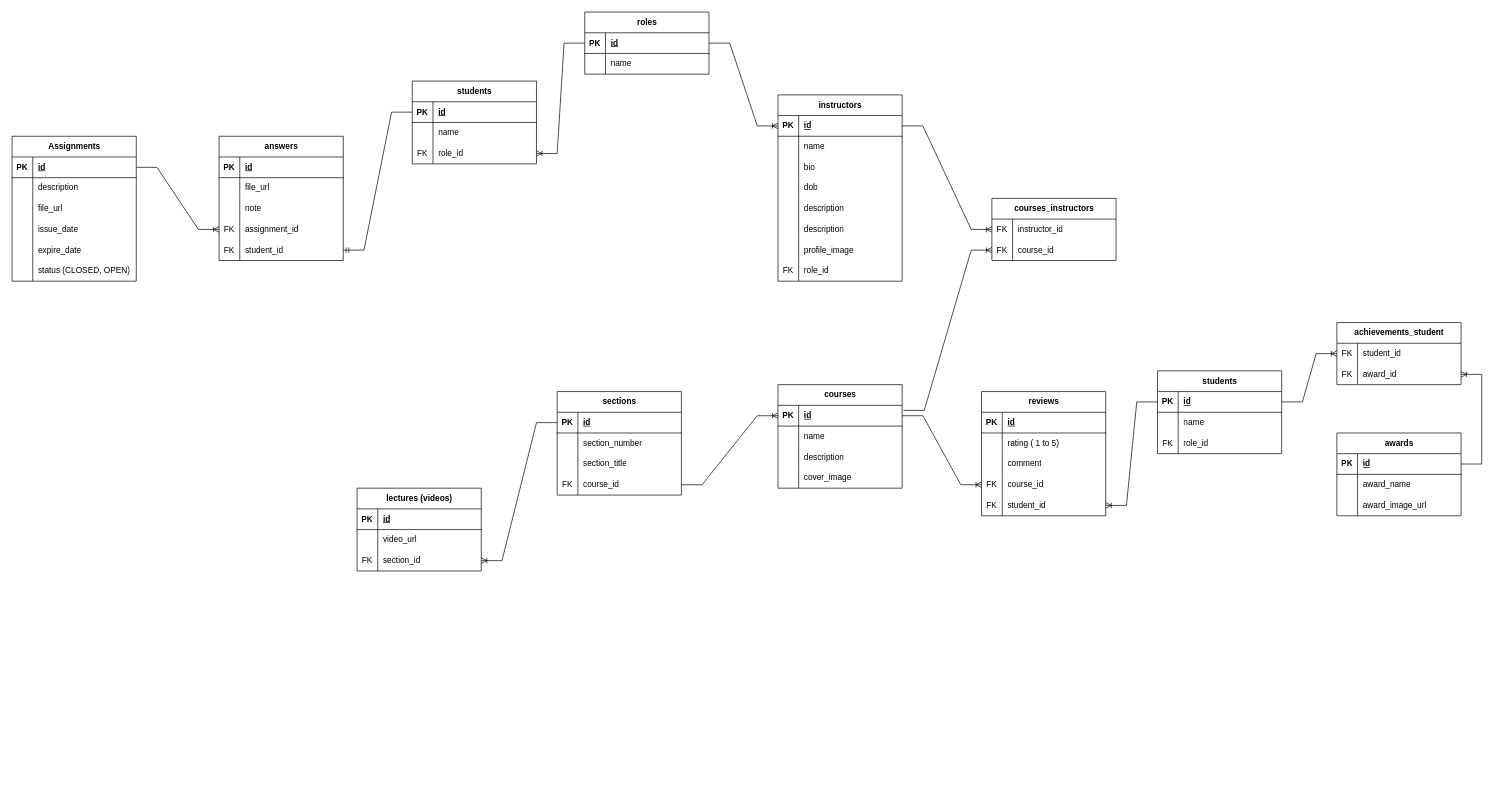
Before: page "Database" (1 of 2) of design/erd/LMS_ERD.drawio in cvnxsolution/database-project-webapp, a draw.io diagram. Source tidied: cells renumbered, new cells numbered last; positions are measured from the earlier drawing's top-left corner, leaving out a move shared by most shapes. Both pictures are drawn from the tidied source at 69%, with x=0, y=0 at pixel (12, 12).
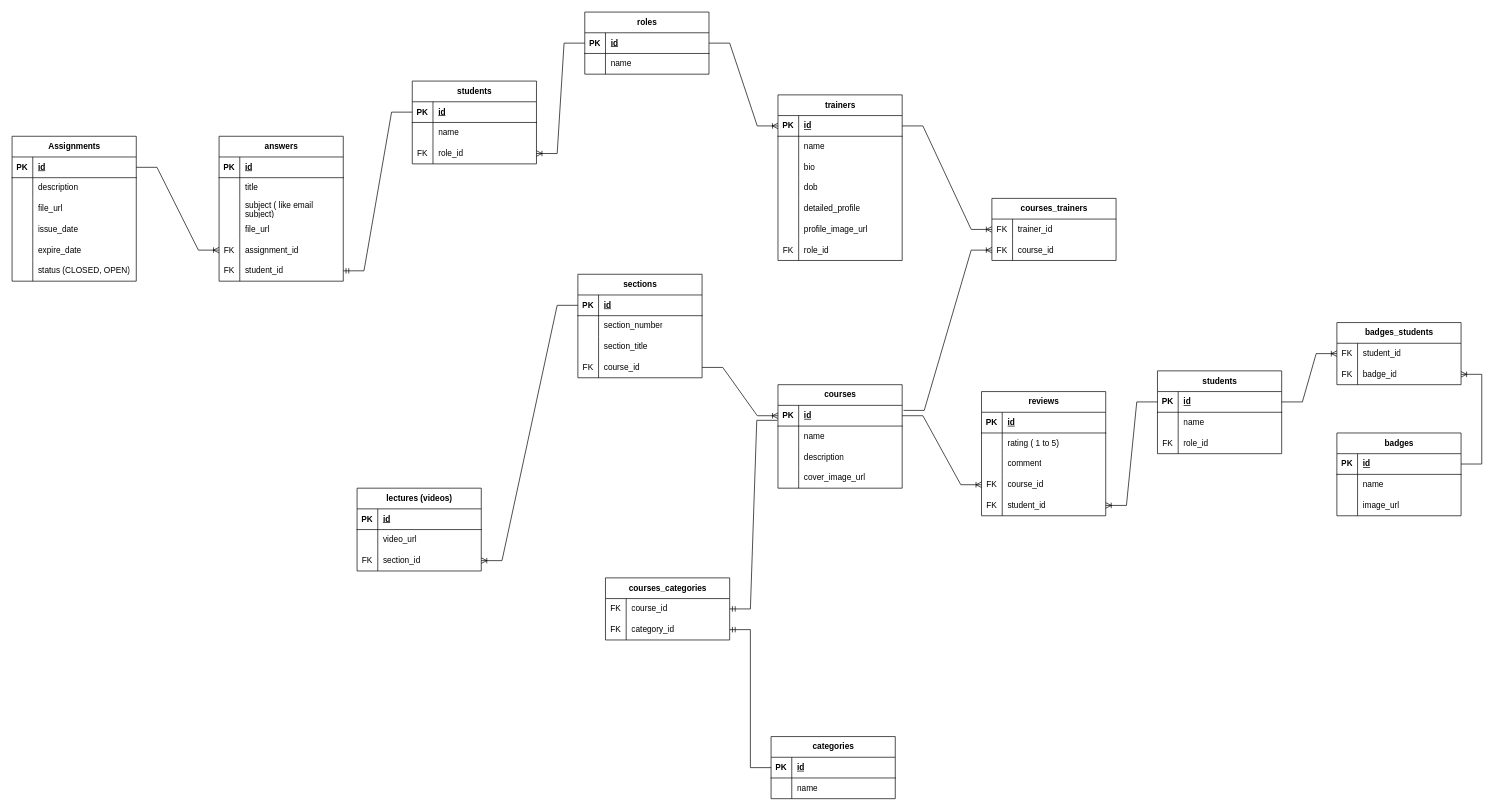
The same page after the edit.

The change refers to these unchanged cells:
```xml
<mxCell id="3" style="shape=tableRow;horizontal=0;startSize=0;swimlaneHead=0;swimlaneBody=0;fillColor=none;points=[[0,0.5],[1,0.5]];portConstraint=eastwest;top=0;left=0;right=0;bottom=1;" parent="2" vertex="1">
  <mxGeometry y="30" width="180" height="30" as="geometry" />
</mxCell>
<mxCell id="12" style="shape=tableRow;horizontal=0;startSize=0;swimlaneHead=0;swimlaneBody=0;fillColor=none;top=0;left=0;right=0;bottom=0;" parent="2" vertex="1">
  <mxGeometry y="120" width="180" height="30" as="geometry" />
</mxCell>
<mxCell id="28" style="shape=tableRow;horizontal=0;startSize=0;swimlaneHead=0;swimlaneBody=0;fillColor=none;top=0;left=0;right=0;bottom=0;" parent="15" vertex="1">
  <mxGeometry y="150" width="180" height="30" as="geometry" />
</mxCell>
<mxCell id="101" style="shape=tableRow;horizontal=0;startSize=0;swimlaneHead=0;swimlaneBody=0;fillColor=none;points=[[0,0.5],[1,0.5]];portConstraint=eastwest;top=0;left=0;right=0;bottom=0;" parent="100" vertex="1">
  <mxGeometry y="30" width="180" height="30" as="geometry" />
</mxCell>
<mxCell id="112" style="shape=tableRow;horizontal=0;startSize=0;swimlaneHead=0;swimlaneBody=0;fillColor=none;top=0;left=0;right=0;bottom=0;" parent="108" vertex="1">
  <mxGeometry y="60" width="180" height="30" as="geometry" />
</mxCell>
<mxCell id="115" style="shape=tableRow;horizontal=0;startSize=0;swimlaneHead=0;swimlaneBody=0;fillColor=none;top=0;left=0;right=0;bottom=0;" parent="108" vertex="1">
  <mxGeometry y="90" width="180" height="30" as="geometry" />
</mxCell>
<mxCell id="122" style="shape=tableRow;horizontal=0;startSize=0;swimlaneHead=0;swimlaneBody=0;fillColor=none;points=[[0,0.5],[1,0.5]];portConstraint=eastwest;top=0;left=0;right=0;bottom=0;" parent="118" vertex="1">
  <mxGeometry y="60" width="180" height="30" as="geometry" />
</mxCell>
```

Diff of the diagram source:
```diff
@@
-    <mxCell id="14" value="cover_image" style="shape=partialRectangle;fillColor=none;top=0;left=0;bottom=0;right=0;align=left;spacingLeft=6;overflow=hidden;whiteSpace=wrap;html=1;" parent="12" vertex="1">
+    <mxCell id="14" value="cover_image_url" style="shape=partialRectangle;fillColor=none;top=0;left=0;bottom=0;right=0;align=left;spacingLeft=6;overflow=hidden;whiteSpace=wrap;html=1;" parent="12" vertex="1">
       <mxGeometry x="30" width="150" height="30" as="geometry" />
     </mxCell>
-    <mxCell id="15" value="instructors" style="shape=table;startSize=30;childLayout=tableLayout;rowLines=0;fontStyle=1;align=center;html=1;" parent="1" vertex="1">
-      <mxGeometry x="1110" y="120" width="180" height="270" as="geometry" />
+    <mxCell id="15" value="trainers" style="shape=table;startSize=30;childLayout=tableLayout;rowLines=0;fontStyle=1;align=center;html=1;" parent="1" vertex="1">
+      <mxGeometry x="1110" y="120" width="180" height="240" as="geometry" />
     </mxCell>
@@
-    <mxCell id="30" value="description" style="shape=partialRectangle;fillColor=none;top=0;left=0;bottom=0;right=0;align=left;spacingLeft=6;overflow=hidden;whiteSpace=wrap;html=1;" parent="28" vertex="1">
+    <mxCell id="30" value="detailed_profile" style="shape=partialRectangle;fillColor=none;top=0;left=0;bottom=0;right=0;align=left;spacingLeft=6;overflow=hidden;whiteSpace=wrap;html=1;" parent="28" vertex="1">
       <mxGeometry x="30" width="150" height="30" as="geometry" />
     </mxCell>
-    <mxCell id="31" style="shape=tableRow;horizontal=0;startSize=0;swimlaneHead=0;swimlaneBody=0;fillColor=none;top=0;left=0;right=0;bottom=0;" parent="15" vertex="1">
-      <mxGeometry y="180" width="180" height="30" as="geometry" />
-    </mxCell>
-    <mxCell id="32" style="shape=partialRectangle;fillColor=none;top=0;left=0;bottom=0;right=0;overflow=hidden;whiteSpace=wrap;html=1;" parent="31" vertex="1">
-      <mxGeometry width="30" height="30" as="geometry" />
-    </mxCell>
-    <mxCell id="33" value="description" style="shape=partialRectangle;fillColor=none;top=0;left=0;bottom=0;right=0;align=left;spacingLeft=6;overflow=hidden;whiteSpace=wrap;html=1;" parent="31" vertex="1">
-      <mxGeometry x="30" width="150" height="30" as="geometry" />
-    </mxCell>
     <mxCell id="34" style="shape=tableRow;horizontal=0;startSize=0;swimlaneHead=0;swimlaneBody=0;fillColor=none;top=0;left=0;right=0;bottom=0;" parent="15" vertex="1">
-      <mxGeometry y="210" width="180" height="30" as="geometry" />
+      <mxGeometry y="180" width="180" height="30" as="geometry" />
     </mxCell>
@@
-    <mxCell id="36" value="profile_image" style="shape=partialRectangle;fillColor=none;top=0;left=0;bottom=0;right=0;align=left;spacingLeft=6;overflow=hidden;whiteSpace=wrap;html=1;" parent="34" vertex="1">
+    <mxCell id="36" value="profile_image_url" style="shape=partialRectangle;fillColor=none;top=0;left=0;bottom=0;right=0;align=left;spacingLeft=6;overflow=hidden;whiteSpace=wrap;html=1;" parent="34" vertex="1">
       <mxGeometry x="30" width="150" height="30" as="geometry" />
     </mxCell>
     <mxCell id="37" style="shape=tableRow;horizontal=0;startSize=0;swimlaneHead=0;swimlaneBody=0;fillColor=none;top=0;left=0;right=0;bottom=0;" parent="15" vertex="1">
-      <mxGeometry y="240" width="180" height="30" as="geometry" />
+      <mxGeometry y="210" width="180" height="30" as="geometry" />
     </mxCell>
@@
     <mxCell id="40" value="sections" style="shape=table;startSize=30;childLayout=tableLayout;rowLines=0;fontStyle=1;align=center;html=1;" parent="1" vertex="1">
-      <mxGeometry x="790" y="550" width="180" height="150" as="geometry" />
+      <mxGeometry x="820" y="380" width="180" height="150" as="geometry" />
     </mxCell>
@@
-    <mxCell id="100" value="courses_instructors" style="shape=table;startSize=30;childLayout=tableLayout;rowLines=0;fontStyle=1;align=center;html=1;" parent="1" vertex="1">
+    <mxCell id="100" value="courses_trainers" style="shape=table;startSize=30;childLayout=tableLayout;rowLines=0;fontStyle=1;align=center;html=1;" parent="1" vertex="1">
       <mxGeometry x="1420" y="270" width="180" height="90" as="geometry" />
     </mxCell>
@@
-    <mxCell id="103" value="instructor_id" style="shape=partialRectangle;fillColor=none;top=0;left=0;bottom=0;right=0;align=left;spacingLeft=6;overflow=hidden;whiteSpace=wrap;html=1;" parent="101" vertex="1">
+    <mxCell id="103" value="trainer_id" style="shape=partialRectangle;fillColor=none;top=0;left=0;bottom=0;right=0;align=left;spacingLeft=6;overflow=hidden;whiteSpace=wrap;html=1;" parent="101" vertex="1">
       <mxGeometry x="30" width="150" height="30" as="geometry" />
     </mxCell>
@@
-    <mxCell id="108" value="awards" style="shape=table;startSize=30;childLayout=tableLayout;rowLines=0;fontStyle=1;align=center;html=1;" parent="1" vertex="1">
+    <mxCell id="108" value="badges" style="shape=table;startSize=30;childLayout=tableLayout;rowLines=0;fontStyle=1;align=center;html=1;" parent="1" vertex="1">
       <mxGeometry x="1920" y="610" width="180" height="120" as="geometry" />
     </mxCell>
@@
-    <mxCell id="114" value="award_name" style="shape=partialRectangle;fillColor=none;top=0;left=0;bottom=0;right=0;align=left;spacingLeft=6;overflow=hidden;whiteSpace=wrap;html=1;" parent="112" vertex="1">
+    <mxCell id="114" value="name" style="shape=partialRectangle;fillColor=none;top=0;left=0;bottom=0;right=0;align=left;spacingLeft=6;overflow=hidden;whiteSpace=wrap;html=1;" parent="112" vertex="1">
       <mxGeometry x="30" width="150" height="30" as="geometry" />
     </mxCell>
@@
-    <mxCell id="117" value="award_image_url" style="shape=partialRectangle;fillColor=none;top=0;left=0;bottom=0;right=0;align=left;spacingLeft=6;overflow=hidden;whiteSpace=wrap;html=1;" parent="115" vertex="1">
+    <mxCell id="117" value="image_url" style="shape=partialRectangle;fillColor=none;top=0;left=0;bottom=0;right=0;align=left;spacingLeft=6;overflow=hidden;whiteSpace=wrap;html=1;" parent="115" vertex="1">
       <mxGeometry x="30" width="150" height="30" as="geometry" />
     </mxCell>
-    <mxCell id="118" value="achievements_student" style="shape=table;startSize=30;childLayout=tableLayout;rowLines=0;fontStyle=1;align=center;html=1;" parent="1" vertex="1">
+    <mxCell id="118" value="badges_students" style="shape=table;startSize=30;childLayout=tableLayout;rowLines=0;fontStyle=1;align=center;html=1;" parent="1" vertex="1">
       <mxGeometry x="1920" y="450" width="180" height="90" as="geometry" />
     </mxCell>
@@
-    <mxCell id="124" value="award_id" style="shape=partialRectangle;fillColor=none;top=0;left=0;bottom=0;right=0;align=left;spacingLeft=6;overflow=hidden;whiteSpace=wrap;html=1;" parent="122" vertex="1">
+    <mxCell id="124" value="badge_id" style="shape=partialRectangle;fillColor=none;top=0;left=0;bottom=0;right=0;align=left;spacingLeft=6;overflow=hidden;whiteSpace=wrap;html=1;" parent="122" vertex="1">
       <mxGeometry x="30" width="150" height="30" as="geometry" />
     </mxCell>
@@
     <mxCell id="158" value="answers" style="shape=table;startSize=30;childLayout=tableLayout;rowLines=0;fontStyle=1;align=center;html=1;" parent="1" vertex="1">
-      <mxGeometry x="300" y="180" width="180" height="180" as="geometry" />
+      <mxGeometry x="300" y="180" width="180" height="210" as="geometry" />
     </mxCell>
@@
+    <mxCell id="165" style="shape=tableRow;horizontal=0;startSize=0;swimlaneHead=0;swimlaneBody=0;fillColor=none;top=0;left=0;right=0;bottom=0;" parent="158" vertex="1">
+      <mxGeometry y="60" width="180" height="30" as="geometry" />
+    </mxCell>
+    <mxCell id="166" style="shape=partialRectangle;fillColor=none;top=0;left=0;bottom=0;right=0;overflow=hidden;whiteSpace=wrap;html=1;" parent="165" vertex="1">
+      <mxGeometry width="30" height="30" as="geometry" />
+    </mxCell>
+    <mxCell id="167" value="title" style="shape=partialRectangle;fillColor=none;top=0;left=0;bottom=0;right=0;align=left;spacingLeft=6;overflow=hidden;whiteSpace=wrap;html=1;" parent="165" vertex="1">
+      <mxGeometry x="30" width="150" height="30" as="geometry" />
+    </mxCell>
+    <mxCell id="177" style="shape=tableRow;horizontal=0;startSize=0;swimlaneHead=0;swimlaneBody=0;fillColor=none;top=0;left=0;right=0;bottom=0;" parent="158" vertex="1">
+      <mxGeometry y="90" width="180" height="30" as="geometry" />
+    </mxCell>
+    <mxCell id="178" style="shape=partialRectangle;fillColor=none;top=0;left=0;bottom=0;right=0;overflow=hidden;whiteSpace=wrap;html=1;" parent="177" vertex="1">
+      <mxGeometry width="30" height="30" as="geometry" />
+    </mxCell>
+    <mxCell id="179" value="subject ( like email subject)" style="shape=partialRectangle;fillColor=none;top=0;left=0;bottom=0;right=0;align=left;spacingLeft=6;overflow=hidden;whiteSpace=wrap;html=1;" parent="177" vertex="1">
+      <mxGeometry x="30" width="150" height="30" as="geometry" />
+    </mxCell>
     <mxCell id="162" style="shape=tableRow;horizontal=0;startSize=0;swimlaneHead=0;swimlaneBody=0;fillColor=none;top=0;left=0;right=0;bottom=0;" parent="158" vertex="1">
-      <mxGeometry y="60" width="180" height="30" as="geometry" />
+      <mxGeometry y="120" width="180" height="30" as="geometry" />
     </mxCell>
@@
-    <mxCell id="165" style="shape=tableRow;horizontal=0;startSize=0;swimlaneHead=0;swimlaneBody=0;fillColor=none;top=0;left=0;right=0;bottom=0;" parent="158" vertex="1">
-      <mxGeometry y="90" width="180" height="30" as="geometry" />
-    </mxCell>
-    <mxCell id="166" style="shape=partialRectangle;fillColor=none;top=0;left=0;bottom=0;right=0;overflow=hidden;whiteSpace=wrap;html=1;" parent="165" vertex="1">
-      <mxGeometry width="30" height="30" as="geometry" />
-    </mxCell>
-    <mxCell id="167" value="note" style="shape=partialRectangle;fillColor=none;top=0;left=0;bottom=0;right=0;align=left;spacingLeft=6;overflow=hidden;whiteSpace=wrap;html=1;" parent="165" vertex="1">
-      <mxGeometry x="30" width="150" height="30" as="geometry" />
-    </mxCell>
     <mxCell id="168" style="shape=tableRow;horizontal=0;startSize=0;swimlaneHead=0;swimlaneBody=0;fillColor=none;points=[[0,0.5],[1,0.5]];portConstraint=eastwest;top=0;left=0;right=0;bottom=0;" parent="158" vertex="1">
-      <mxGeometry y="120" width="180" height="30" as="geometry" />
+      <mxGeometry y="150" width="180" height="30" as="geometry" />
     </mxCell>
@@
     <mxCell id="171" style="shape=tableRow;horizontal=0;startSize=0;swimlaneHead=0;swimlaneBody=0;fillColor=none;points=[[0,0.5],[1,0.5]];portConstraint=eastwest;top=0;left=0;right=0;bottom=0;" parent="158" vertex="1">
-      <mxGeometry y="150" width="180" height="30" as="geometry" />
+      <mxGeometry y="180" width="180" height="30" as="geometry" />
     </mxCell>
@@
+    <mxCell id="180" value="categories" style="shape=table;startSize=30;childLayout=tableLayout;rowLines=0;fontStyle=1;align=center;html=1;" parent="1" vertex="1">
+      <mxGeometry x="1100" y="1050" width="180" height="90" as="geometry" />
+    </mxCell>
+    <mxCell id="181" style="shape=tableRow;horizontal=0;startSize=0;swimlaneHead=0;swimlaneBody=0;fillColor=none;points=[[0,0.5],[1,0.5]];portConstraint=eastwest;top=0;left=0;right=0;bottom=1;" parent="180" vertex="1">
+      <mxGeometry y="30" width="180" height="30" as="geometry" />
+    </mxCell>
+    <mxCell id="182" value="PK" style="shape=partialRectangle;fillColor=none;top=0;left=0;bottom=0;right=0;fontStyle=1;overflow=hidden;whiteSpace=wrap;html=1;" parent="181" vertex="1">
+      <mxGeometry width="30" height="30" as="geometry" />
+    </mxCell>
+    <mxCell id="183" value="id" style="shape=partialRectangle;fillColor=none;top=0;left=0;bottom=0;right=0;align=left;spacingLeft=6;fontStyle=5;overflow=hidden;whiteSpace=wrap;html=1;" parent="181" vertex="1">
+      <mxGeometry x="30" width="150" height="30" as="geometry" />
+    </mxCell>
+    <mxCell id="184" style="shape=tableRow;horizontal=0;startSize=0;swimlaneHead=0;swimlaneBody=0;fillColor=none;top=0;left=0;right=0;bottom=0;" parent="180" vertex="1">
+      <mxGeometry y="60" width="180" height="30" as="geometry" />
+    </mxCell>
+    <mxCell id="185" style="shape=partialRectangle;fillColor=none;top=0;left=0;bottom=0;right=0;overflow=hidden;whiteSpace=wrap;html=1;" parent="184" vertex="1">
+      <mxGeometry width="30" height="30" as="geometry" />
+    </mxCell>
+    <mxCell id="186" value="name" style="shape=partialRectangle;fillColor=none;top=0;left=0;bottom=0;right=0;align=left;spacingLeft=6;overflow=hidden;whiteSpace=wrap;html=1;" parent="184" vertex="1">
+      <mxGeometry x="30" width="150" height="30" as="geometry" />
+    </mxCell>
+    <mxCell id="187" value="courses_categories" style="shape=table;startSize=30;childLayout=tableLayout;rowLines=0;fontStyle=1;align=center;html=1;" parent="1" vertex="1">
+      <mxGeometry x="860" y="820" width="180" height="90" as="geometry" />
+    </mxCell>
+    <mxCell id="188" style="shape=tableRow;horizontal=0;startSize=0;swimlaneHead=0;swimlaneBody=0;fillColor=none;points=[[0,0.5],[1,0.5]];portConstraint=eastwest;top=0;left=0;right=0;bottom=0;" parent="187" vertex="1">
+      <mxGeometry y="30" width="180" height="30" as="geometry" />
+    </mxCell>
+    <mxCell id="189" value="FK" style="shape=partialRectangle;fillColor=none;top=0;left=0;bottom=0;right=0;overflow=hidden;whiteSpace=wrap;html=1;" parent="188" vertex="1">
+      <mxGeometry width="30" height="30" as="geometry" />
+    </mxCell>
+    <mxCell id="190" value="course_id" style="shape=partialRectangle;fillColor=none;top=0;left=0;bottom=0;right=0;align=left;spacingLeft=6;overflow=hidden;whiteSpace=wrap;html=1;" parent="188" vertex="1">
+      <mxGeometry x="30" width="150" height="30" as="geometry" />
+    </mxCell>
+    <mxCell id="191" style="shape=tableRow;horizontal=0;startSize=0;swimlaneHead=0;swimlaneBody=0;fillColor=none;points=[[0,0.5],[1,0.5]];portConstraint=eastwest;top=0;left=0;right=0;bottom=0;" parent="187" vertex="1">
+      <mxGeometry y="60" width="180" height="30" as="geometry" />
+    </mxCell>
+    <mxCell id="192" value="FK" style="shape=partialRectangle;fillColor=none;top=0;left=0;bottom=0;right=0;overflow=hidden;whiteSpace=wrap;html=1;" parent="191" vertex="1">
+      <mxGeometry width="30" height="30" as="geometry" />
+    </mxCell>
+    <mxCell id="193" value="category_id" style="shape=partialRectangle;fillColor=none;top=0;left=0;bottom=0;right=0;align=left;spacingLeft=6;overflow=hidden;whiteSpace=wrap;html=1;" parent="191" vertex="1">
+      <mxGeometry x="30" width="150" height="30" as="geometry" />
+    </mxCell>
+    <mxCell id="194" style="edgeStyle=entityRelationEdgeStyle;fontSize=12;html=1;endArrow=ERmandOne;rounded=0;exitX=-0.004;exitY=0.722;exitDx=0;exitDy=0;exitPerimeter=0;entryX=1;entryY=0.5;entryDx=0;entryDy=0;" parent="1" edge="1" source="3" target="188">
+      <mxGeometry relative="1" as="geometry" />
+    </mxCell>
+    <mxCell id="195" style="edgeStyle=entityRelationEdgeStyle;fontSize=12;html=1;endArrow=ERmandOne;rounded=0;exitX=0;exitY=0.5;exitDx=0;exitDy=0;entryX=1;entryY=0.5;entryDx=0;entryDy=0;" parent="1" edge="1" source="181" target="191">
+      <mxGeometry relative="1" as="geometry" />
+    </mxCell>
```
